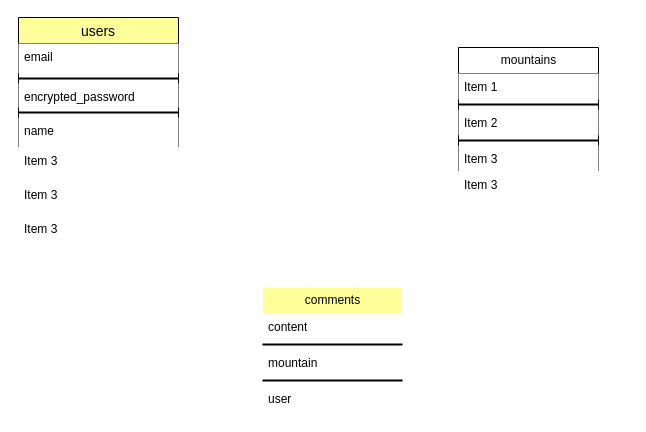
Before: climbing.dio in fuku0717/climbing_app, a draw.io diagram. Source tidied: cells renumbered, new cells numbered last; positions are measured from the earlier drawing's top-left corner, leaving out a move shared by most shapes. Both pictures are drawn from the tidied source at 100%, with x=0, y=0 at pixel (18, 17).
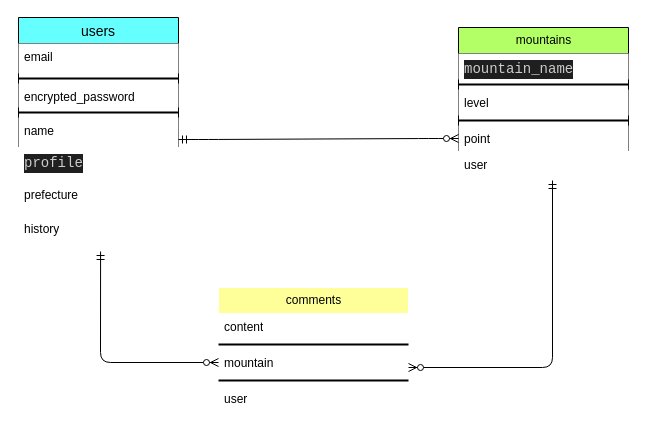
The same page after the edit.

Diff of the diagram source:
```diff
@@
     <mxCell id="2" value="&lt;font color=&quot;#000000&quot;&gt;comments&lt;/font&gt;" style="swimlane;fontStyle=0;horizontal=1;startSize=26;fillColor=#FFFF99;html=1;strokeColor=#FFFFFF;" parent="1" vertex="1">
-      <mxGeometry x="244" y="270" width="140" height="124" as="geometry" />
+      <mxGeometry x="200" y="270" width="190" height="124" as="geometry" />
     </mxCell>
     <mxCell id="3" value="content" style="text;strokeColor=none;fillColor=default;align=left;verticalAlign=top;spacingLeft=4;spacingRight=4;overflow=hidden;whiteSpace=wrap;html=1;labelBackgroundColor=none;" parent="2" vertex="1">
-      <mxGeometry y="26" width="140" height="26" as="geometry" />
+      <mxGeometry y="26" width="190" height="26" as="geometry" />
     </mxCell>
     <mxCell id="4" style="line;strokeWidth=2;html=1;" parent="2" vertex="1">
-      <mxGeometry y="52" width="140" height="10" as="geometry" />
+      <mxGeometry y="52" width="190" height="10" as="geometry" />
     </mxCell>
     <mxCell id="5" value="mountain" style="text;align=left;verticalAlign=top;spacingLeft=4;spacingRight=4;overflow=hidden;points=[[0,0.5],[1,0.5]];portConstraint=eastwest;whiteSpace=wrap;html=1;fillColor=default;" parent="2" vertex="1">
-      <mxGeometry y="62" width="140" height="26" as="geometry" />
+      <mxGeometry y="62" width="190" height="26" as="geometry" />
     </mxCell>
     <mxCell id="6" style="line;strokeWidth=2;html=1;" parent="2" vertex="1">
-      <mxGeometry y="88" width="140" height="10" as="geometry" />
+      <mxGeometry y="88" width="190" height="10" as="geometry" />
     </mxCell>
     <mxCell id="7" value="user" style="text;align=left;verticalAlign=top;spacingLeft=4;spacingRight=4;overflow=hidden;whiteSpace=wrap;html=1;fillColor=default;" parent="2" vertex="1">
-      <mxGeometry y="98" width="140" height="26" as="geometry" />
+      <mxGeometry y="98" width="190" height="26" as="geometry" />
     </mxCell>
-    <mxCell id="8" value="mountains" style="swimlane;fontStyle=0;horizontal=1;startSize=26;fillColor=none;html=1;" parent="1" vertex="1">
-      <mxGeometry x="440" y="30" width="140" height="124" as="geometry" />
+    <mxCell id="8" value="&lt;font style=&quot;&quot; color=&quot;#000000&quot;&gt;mountains&lt;/font&gt;" style="swimlane;fontStyle=0;horizontal=1;startSize=26;fillColor=#B3FF66;html=1;" parent="1" vertex="1">
+      <mxGeometry x="440" y="10" width="170" height="124" as="geometry" />
     </mxCell>
-    <mxCell id="9" value="Item 1" style="text;align=left;verticalAlign=top;spacingLeft=4;spacingRight=4;overflow=hidden;whiteSpace=wrap;html=1;fillColor=default;" parent="8" vertex="1">
-      <mxGeometry y="26" width="140" height="26" as="geometry" />
+    <mxCell id="9" value="&lt;div style=&quot;color: rgb(204, 204, 204); background-color: rgb(31, 31, 31); font-family: Consolas, &amp;quot;Courier New&amp;quot;, monospace; font-size: 14px; line-height: 19px;&quot;&gt;mountain_name&lt;/div&gt;" style="text;align=left;verticalAlign=top;spacingLeft=4;spacingRight=4;overflow=hidden;whiteSpace=wrap;html=1;fillColor=default;" parent="8" vertex="1">
+      <mxGeometry y="26" width="170" height="26" as="geometry" />
     </mxCell>
     <mxCell id="10" style="line;strokeWidth=2;html=1;" parent="8" vertex="1">
-      <mxGeometry y="52" width="140" height="10" as="geometry" />
+      <mxGeometry y="52" width="170" height="10" as="geometry" />
     </mxCell>
-    <mxCell id="11" value="Item 2" style="text;strokeColor=none;fillColor=default;align=left;verticalAlign=top;spacingLeft=4;spacingRight=4;overflow=hidden;whiteSpace=wrap;html=1;" parent="8" vertex="1">
-      <mxGeometry y="62" width="140" height="26" as="geometry" />
+    <mxCell id="11" value="level" style="text;strokeColor=none;fillColor=default;align=left;verticalAlign=top;spacingLeft=4;spacingRight=4;overflow=hidden;whiteSpace=wrap;html=1;" parent="8" vertex="1">
+      <mxGeometry y="62" width="170" height="26" as="geometry" />
     </mxCell>
     <mxCell id="12" style="line;strokeWidth=2;html=1;" parent="8" vertex="1">
-      <mxGeometry y="88" width="140" height="10" as="geometry" />
+      <mxGeometry y="88" width="170" height="10" as="geometry" />
     </mxCell>
-    <mxCell id="13" value="Item 3" style="text;strokeColor=none;fillColor=default;align=left;verticalAlign=top;spacingLeft=4;spacingRight=4;overflow=hidden;points=[[0,0.5],[1,0.5]];portConstraint=eastwest;whiteSpace=wrap;html=1;" parent="8" vertex="1">
-      <mxGeometry y="98" width="140" height="26" as="geometry" />
+    <mxCell id="13" value="point" style="text;strokeColor=none;fillColor=default;align=left;verticalAlign=top;spacingLeft=4;spacingRight=4;overflow=hidden;points=[[0,0.5],[1,0.5]];portConstraint=eastwest;whiteSpace=wrap;html=1;" parent="8" vertex="1">
+      <mxGeometry y="98" width="170" height="26" as="geometry" />
     </mxCell>
-    <mxCell id="14" value="users" style="swimlane;fontStyle=0;horizontal=1;startSize=26;align=center;fontSize=14;shadow=0;labelBackgroundColor=none;sketch=0;fillColor=#FFFF99;fontColor=#000000;" parent="1" vertex="1">
+    <mxCell id="14" value="users" style="swimlane;fontStyle=0;horizontal=1;startSize=26;align=center;fontSize=14;shadow=0;labelBackgroundColor=none;sketch=0;fillColor=#66FFFF;fontColor=#000000;" parent="1" vertex="1">
       <mxGeometry width="160" height="130" as="geometry" />
     </mxCell>
@@
-    <mxCell id="20" value="Item 3" style="text;strokeColor=#FFFFFF;fillColor=default;align=left;verticalAlign=top;spacingLeft=4;spacingRight=4;overflow=hidden;points=[[0,0.5],[1,0.5]];portConstraint=eastwest;whiteSpace=wrap;html=1;" parent="1" vertex="1">
-      <mxGeometry x="440" y="154" width="140" height="26" as="geometry" />
+    <mxCell id="20" value="user" style="text;strokeColor=#FFFFFF;fillColor=default;align=left;verticalAlign=top;spacingLeft=4;spacingRight=4;overflow=hidden;points=[[0,0.5],[1,0.5]];portConstraint=eastwest;whiteSpace=wrap;html=1;" parent="1" vertex="1">
+      <mxGeometry x="440" y="134" width="170" height="26" as="geometry" />
     </mxCell>
-    <mxCell id="21" value="Item 3" style="text;strokeColor=#FFFFFF;fillColor=default;align=left;verticalAlign=top;spacingLeft=4;spacingRight=4;overflow=hidden;whiteSpace=wrap;html=1;" parent="1" vertex="1">
+    <mxCell id="21" value="&lt;div style=&quot;color: rgb(204, 204, 204); background-color: rgb(31, 31, 31); font-family: Consolas, &amp;quot;Courier New&amp;quot;, monospace; font-size: 14px; line-height: 19px;&quot;&gt;profile&lt;/div&gt;" style="text;strokeColor=#FFFFFF;fillColor=default;align=left;verticalAlign=top;spacingLeft=4;spacingRight=4;overflow=hidden;whiteSpace=wrap;html=1;" parent="1" vertex="1">
       <mxGeometry y="130" width="160" height="34" as="geometry" />
     </mxCell>
-    <mxCell id="22" value="Item 3" style="text;strokeColor=#FFFFFF;fillColor=default;align=left;verticalAlign=top;spacingLeft=4;spacingRight=4;overflow=hidden;whiteSpace=wrap;html=1;" parent="1" vertex="1">
+    <mxCell id="22" value="prefecture" style="text;strokeColor=#FFFFFF;fillColor=default;align=left;verticalAlign=top;spacingLeft=4;spacingRight=4;overflow=hidden;whiteSpace=wrap;html=1;" parent="1" vertex="1">
       <mxGeometry y="164" width="160" height="34" as="geometry" />
     </mxCell>
-    <mxCell id="23" value="Item 3" style="text;strokeColor=#FFFFFF;fillColor=default;align=left;verticalAlign=top;spacingLeft=4;spacingRight=4;overflow=hidden;points=[[0,0.5],[1,0.5]];portConstraint=eastwest;whiteSpace=wrap;html=1;" parent="1" vertex="1">
+    <mxCell id="23" value="history" style="text;strokeColor=#FFFFFF;fillColor=default;align=left;verticalAlign=top;spacingLeft=4;spacingRight=4;overflow=hidden;points=[[0,0.5],[1,0.5]];portConstraint=eastwest;whiteSpace=wrap;html=1;" parent="1" vertex="1">
       <mxGeometry y="198" width="160" height="34" as="geometry" />
     </mxCell>
+    <mxCell id="24" style="edgeStyle=entityRelationEdgeStyle;fontSize=12;html=1;endArrow=ERzeroToMany;startArrow=ERmandOne;fontColor=#000000;entryX=0;entryY=0.5;entryDx=0;entryDy=0;" parent="1" edge="1" target="13">
+      <mxGeometry relative="1" as="geometry">
+        <mxPoint x="160" y="122" as="sourcePoint" />
+      </mxGeometry>
+    </mxCell>
+    <mxCell id="25" style="edgeStyle=elbowEdgeStyle;fontSize=12;html=1;endArrow=ERzeroToMany;startArrow=ERmandOne;fontColor=#000000;exitX=0.513;exitY=1.059;exitDx=0;exitDy=0;exitPerimeter=0;entryX=0;entryY=0.5;entryDx=0;entryDy=0;" parent="1" edge="1" source="23" target="5">
+      <mxGeometry relative="1" as="geometry">
+        <Array as="points">
+          <mxPoint x="82" y="310" />
+        </Array>
+      </mxGeometry>
+    </mxCell>
+    <mxCell id="26" style="edgeStyle=elbowEdgeStyle;fontSize=12;html=1;endArrow=ERzeroToMany;startArrow=ERmandOne;fontColor=#000000;exitX=0.553;exitY=1.115;exitDx=0;exitDy=0;exitPerimeter=0;" parent="1" edge="1" source="20">
+      <mxGeometry relative="1" as="geometry">
+        <mxPoint x="390" y="350" as="targetPoint" />
+        <Array as="points">
+          <mxPoint x="534" y="340" />
+          <mxPoint x="540" y="320" />
+        </Array>
+      </mxGeometry>
+    </mxCell>
```
